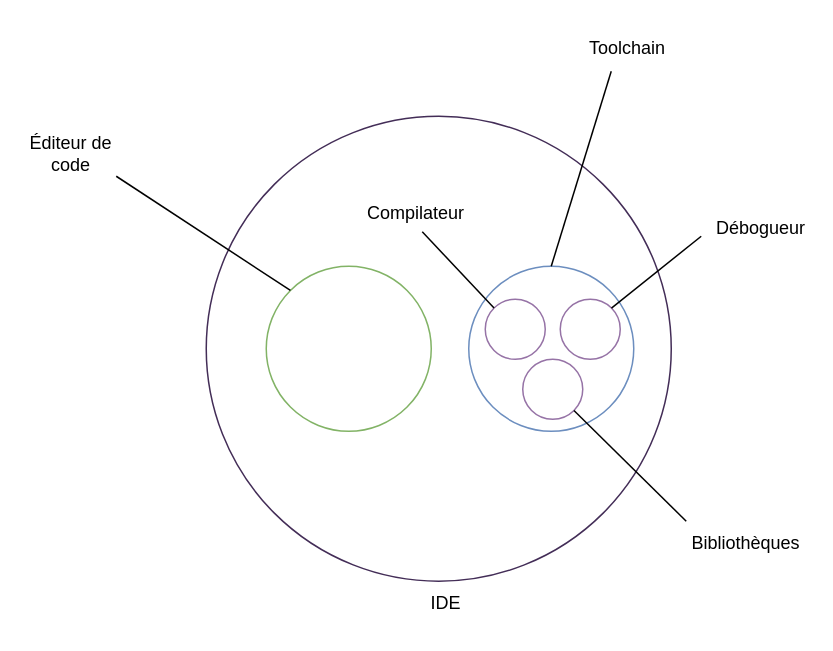
Before: docs/assets/images/toolchain.drawio in heig-tin-info/handbook, a draw.io diagram. Source tidied: cells renumbered, new cells numbered last; positions are measured from the earlier drawing's top-left corner, leaving out a move shared by most shapes. Both pictures are drawn from the tidied source at 150%, with x=0, y=0 at pixel (26, 26).
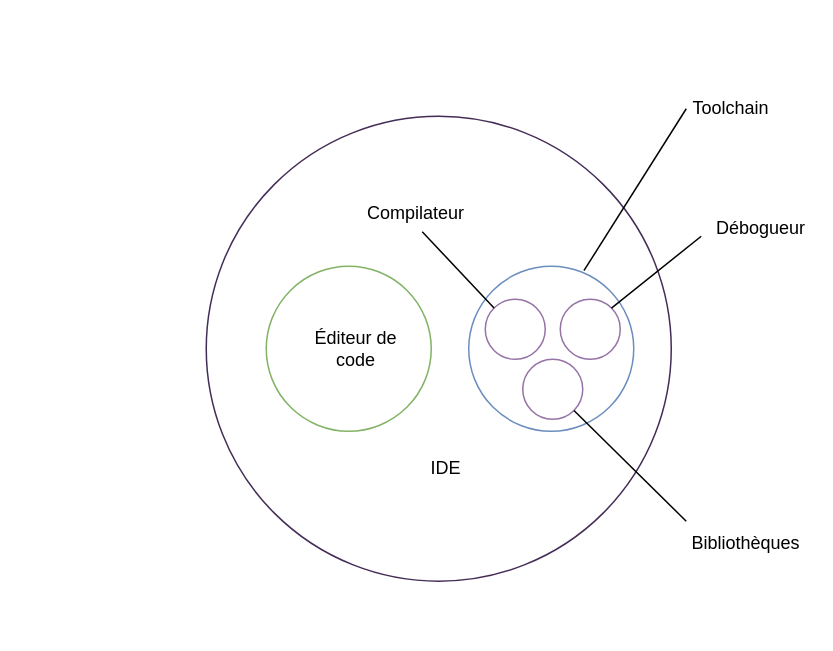
The same diagram, later.

The change refers to these unchanged cells:
```xml
<mxCell id="3" style="ellipse;whiteSpace=wrap;html=1;fillColor=none;strokeColor=#6c8ebf;" parent="1" vertex="1">
  <mxGeometry x="295" y="160" width="110" height="110" as="geometry" />
</mxCell>
<mxCell id="5" style="ellipse;whiteSpace=wrap;html=1;fillColor=none;strokeColor=#82b366;" parent="1" vertex="1">
  <mxGeometry x="160" y="160" width="110" height="110" as="geometry" />
</mxCell>
```

What changed in the source:
```diff
@@
-    <mxCell id="8" style="endArrow=none;html=1;rounded=0;entryX=0;entryY=0;entryDx=0;entryDy=0;" parent="1" edge="1" target="5">
-      <mxGeometry relative="1" as="geometry">
-        <mxPoint x="60" y="100" as="sourcePoint" />
-      </mxGeometry>
-    </mxCell>
     <mxCell id="9" value="Éditeur de code" style="text;strokeColor=none;align=center;fillColor=none;html=1;verticalAlign=middle;whiteSpace=wrap;rounded=0;" parent="1" vertex="1">
-      <mxGeometry y="70" width="60" height="30" as="geometry" />
+      <mxGeometry x="190" y="200" width="60" height="30" as="geometry" />
     </mxCell>
@@
-    <mxCell id="14" style="endArrow=none;html=1;rounded=0;entryX=0.5;entryY=0;entryDx=0;entryDy=0;" parent="1" edge="1" target="3">
-      <mxGeometry relative="1" as="geometry">
-        <mxPoint x="390" y="30" as="sourcePoint" />
-      </mxGeometry>
+    <mxCell id="14" style="endArrow=none;html=1;rounded=0;entryX=0.698;entryY=0.027;entryDx=0;entryDy=0;exitX=0;exitY=0.5;exitDx=0;exitDy=0;entryPerimeter=0;" parent="1" edge="1" source="15" target="3">
+      <mxGeometry relative="1" as="geometry" />
     </mxCell>
     <mxCell id="15" value="Toolchain" style="text;strokeColor=none;align=center;fillColor=none;html=1;verticalAlign=middle;whiteSpace=wrap;rounded=0;" parent="1" vertex="1">
-      <mxGeometry x="371" width="60" height="30" as="geometry" />
+      <mxGeometry x="440" y="40" width="60" height="30" as="geometry" />
     </mxCell>
@@
     <mxCell id="18" value="IDE" style="text;strokeColor=none;align=center;fillColor=none;html=1;verticalAlign=middle;whiteSpace=wrap;rounded=0;" parent="1" vertex="1">
-      <mxGeometry x="250" y="370" width="60" height="30" as="geometry" />
+      <mxGeometry x="250" y="280" width="60" height="30" as="geometry" />
     </mxCell>
```
